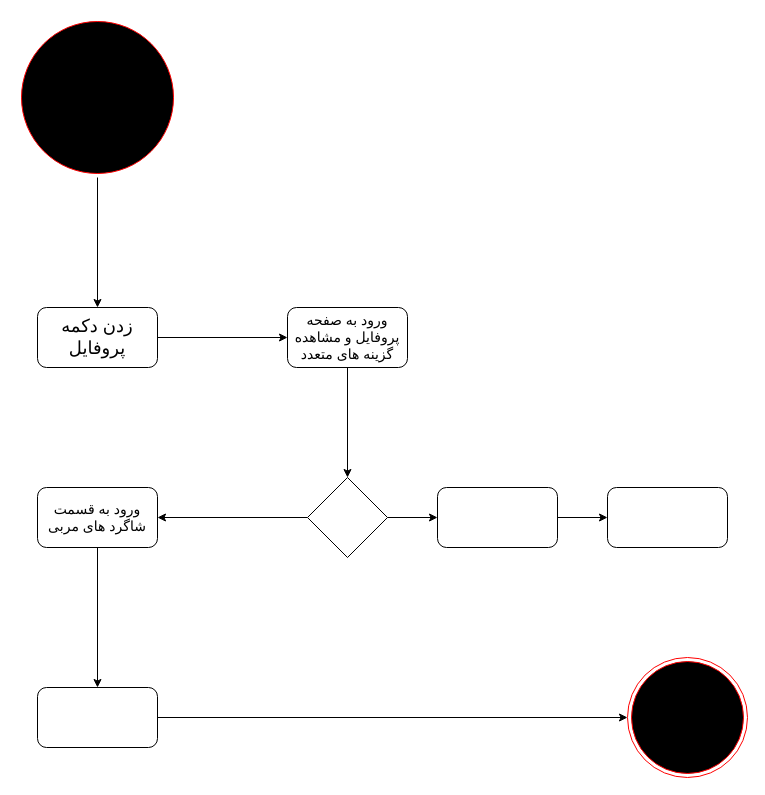
This is Activity Diagram/instructor profile.drawio from mmohajer9/sama-online-coaching-system, a draw.io file, before an edit. Source tidied: cells renumbered, new cells numbered last; positions are measured from the earlier drawing's top-left corner, leaving out a move shared by most shapes. Both pictures are drawn from the tidied source at 100%, with x=0, y=0 at pixel (17, 17).
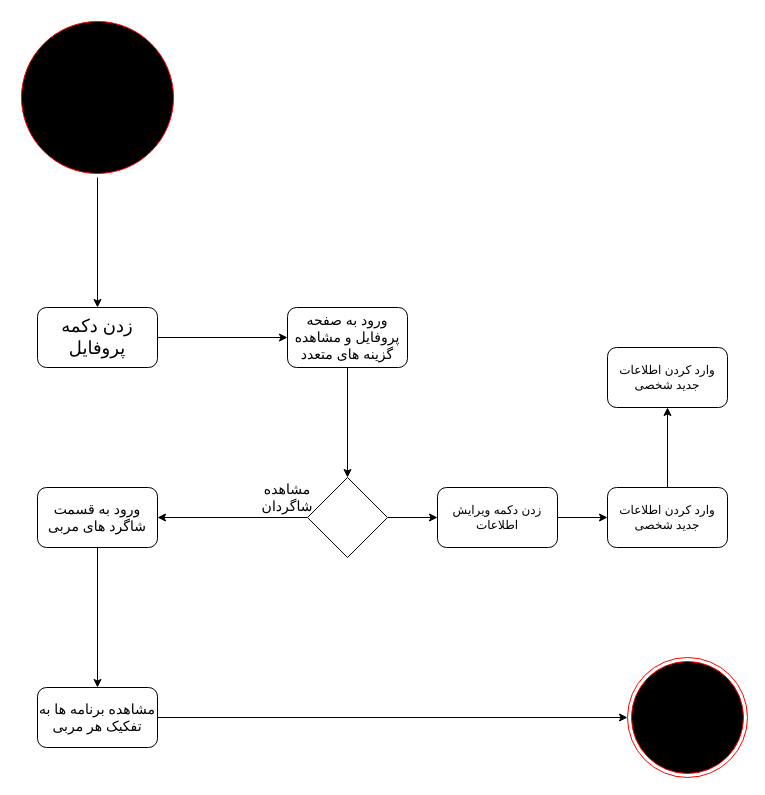
The same diagram, later.

Change to the diagram source:
```diff
@@
-    <mxCell id="12" style="rounded=1;whiteSpace=wrap;html=1;" parent="1" vertex="1">
+    <mxCell id="12" value="&lt;span style=&quot;font-size: 14px ; white-space: normal&quot;&gt;مشاهده برنامه ها به تفکیک هر مربی&lt;/span&gt;" style="rounded=1;whiteSpace=wrap;html=1;" parent="1" vertex="1">
       <mxGeometry x="20" y="670" width="120" height="60" as="geometry" />
     </mxCell>
@@
-    <mxCell id="14" style="rounded=1;whiteSpace=wrap;html=1;" parent="1" vertex="1">
+    <mxCell id="14" value="&lt;span style=&quot;white-space: normal&quot;&gt;زدن دکمه ویرایش اطلاعات&lt;/span&gt;" style="rounded=1;whiteSpace=wrap;html=1;" parent="1" vertex="1">
       <mxGeometry x="420" y="470" width="120" height="60" as="geometry" />
     </mxCell>
+    <mxCell id="19" style="edgeStyle=orthogonalEdgeStyle;rounded=0;jettySize=auto;html=1;" parent="1" edge="1" source="15" target="20">
+      <mxGeometry relative="1" as="geometry" />
+    </mxCell>
-    <mxCell id="15" style="rounded=1;whiteSpace=wrap;html=1;" parent="1" vertex="1">
+    <mxCell id="15" value="&lt;span style=&quot;white-space: normal&quot;&gt;وارد کردن اطلاعات جدید شخصی&lt;/span&gt;" style="rounded=1;whiteSpace=wrap;html=1;" parent="1" vertex="1">
       <mxGeometry x="590" y="470" width="120" height="60" as="geometry" />
     </mxCell>
+    <mxCell id="20" value="&lt;span style=&quot;white-space: normal&quot;&gt;وارد کردن اطلاعات جدید شخصی&lt;/span&gt;" style="rounded=1;whiteSpace=wrap;html=1;" parent="1" vertex="1">
+      <mxGeometry x="590" y="330" width="120" height="60" as="geometry" />
+    </mxCell>
@@
+    <mxCell id="21" value="&lt;span style=&quot;font-size: 14px&quot;&gt;مشاهده شاگردان&lt;/span&gt;" style="text;html=1;strokeColor=none;fillColor=none;align=center;verticalAlign=middle;whiteSpace=wrap;rounded=0;" parent="1" vertex="1">
+      <mxGeometry x="250" y="470" width="40" height="20" as="geometry" />
+    </mxCell>
```
